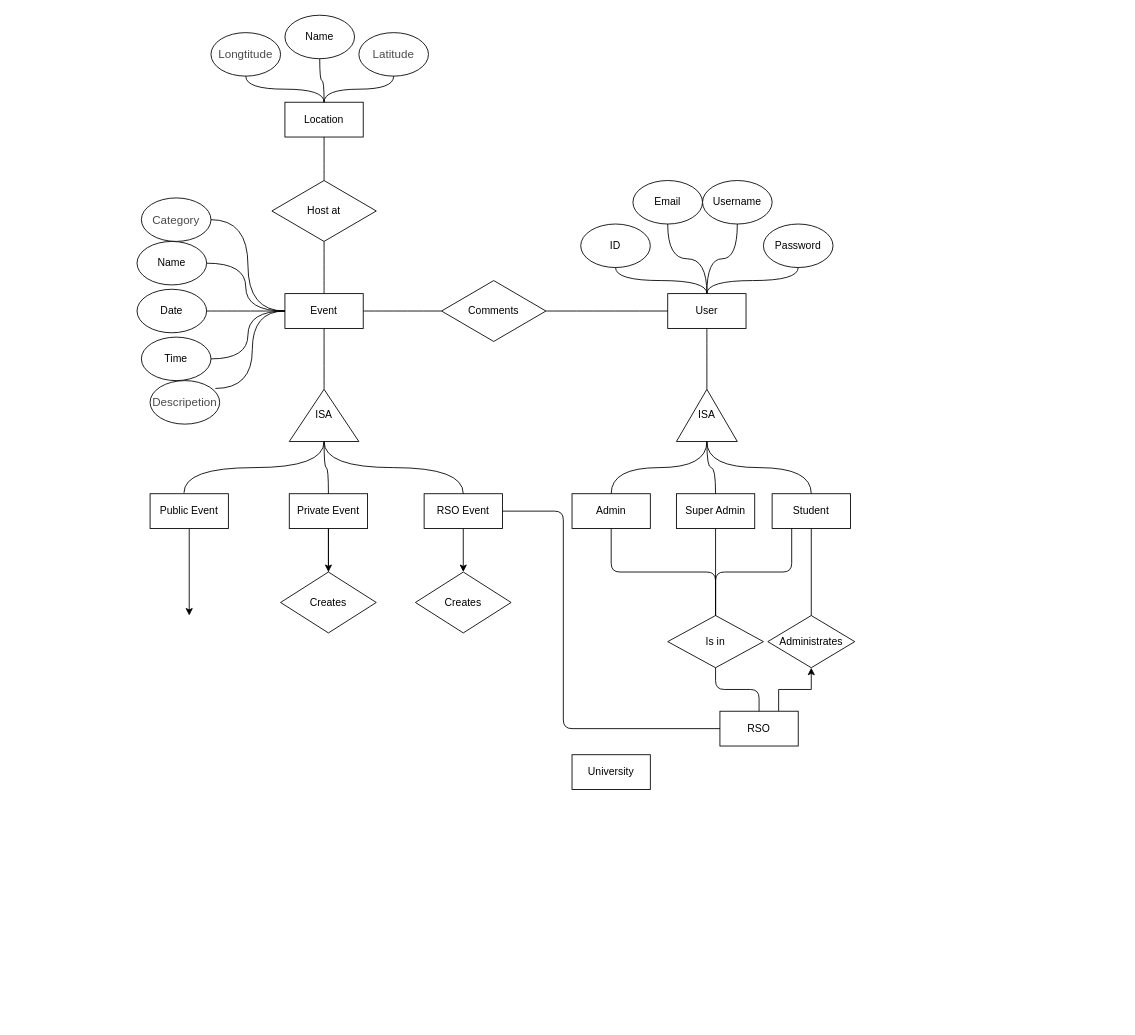
Earlier version of the draw.io diagram Untitled Diagram.drawio (yao1999/College-Event-Website). Source tidied: cells renumbered, new cells numbered last; positions are measured from the earlier drawing's top-left corner, leaving out a move shared by most shapes. Both pictures are drawn from the tidied source at 87%, with x=0, y=0 at pixel (137, 15).
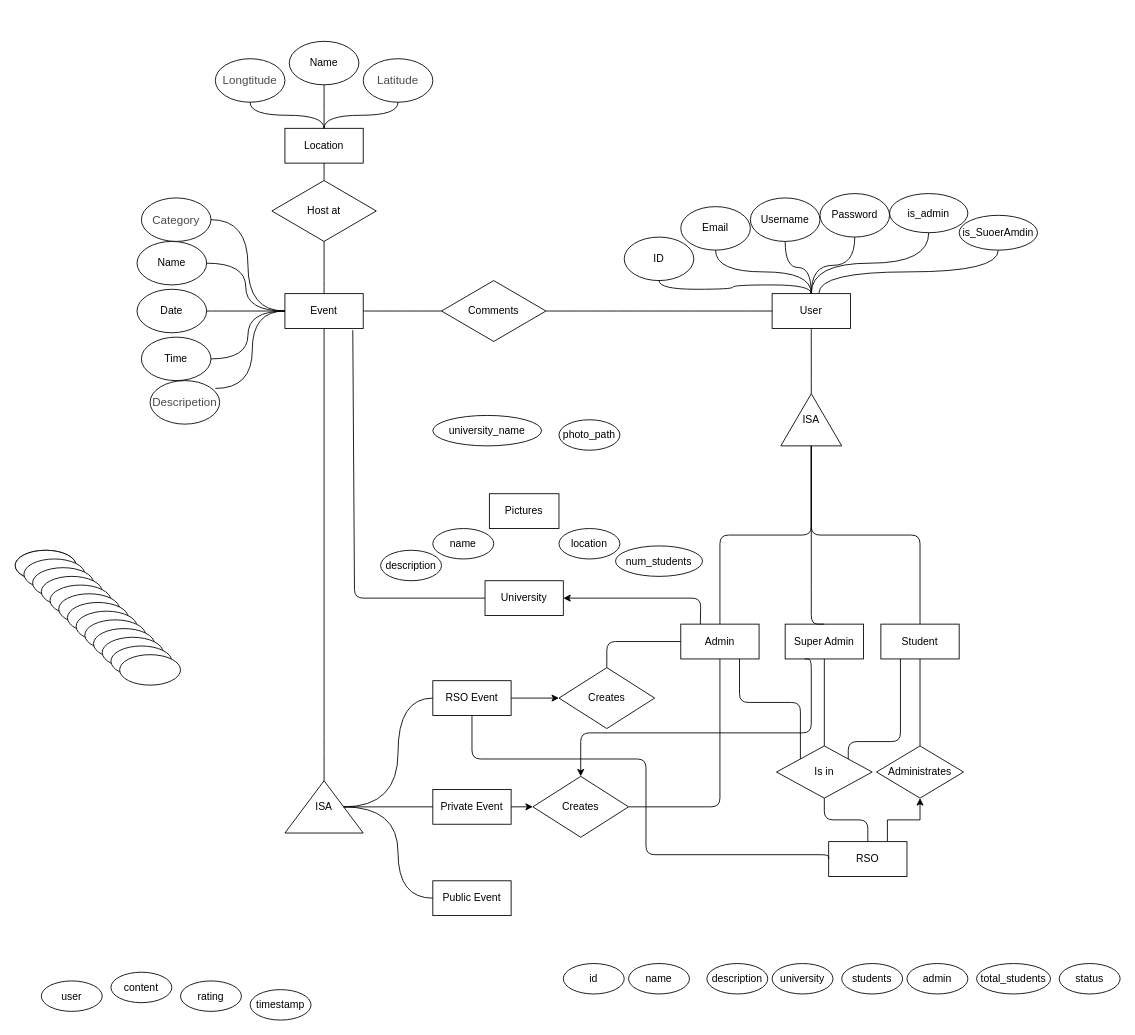
The same diagram, later.

What changed in the source:
```diff
@@
     <mxCell id="2" value="Location" style="rounded=0;whiteSpace=wrap;html=1;" parent="1" vertex="1">
-      <mxGeometry x="170" y="100" width="90" height="40" as="geometry" />
+      <mxGeometry x="170" y="130" width="90" height="40" as="geometry" />
     </mxCell>
@@
-    <mxCell id="4" style="edgeStyle=orthogonalEdgeStyle;rounded=0;jettySize=auto;html=1;fillColor=#001933;" parent="1" edge="1" source="5">
-      <mxGeometry relative="1" as="geometry">
-        <mxPoint x="60" y="690" as="targetPoint" />
-      </mxGeometry>
-    </mxCell>
     <mxCell id="5" value="Public Event" style="rounded=0;whiteSpace=wrap;html=1;" parent="1" vertex="1">
-      <mxGeometry x="15" y="550" width="90" height="40" as="geometry" />
+      <mxGeometry x="340" y="994.9" width="90" height="40" as="geometry" />
     </mxCell>
@@
     <mxCell id="7" value="RSO Event" style="rounded=0;whiteSpace=wrap;html=1;" parent="1" vertex="1">
-      <mxGeometry x="330" y="550" width="90" height="40" as="geometry" />
+      <mxGeometry x="340" y="764.9" width="90" height="40" as="geometry" />
     </mxCell>
     <mxCell id="8" value="Admin" style="rounded=0;whiteSpace=wrap;html=1;" parent="1" vertex="1">
-      <mxGeometry x="500" y="550" width="90" height="40" as="geometry" />
+      <mxGeometry x="625" y="699.9" width="90" height="40" as="geometry" />
     </mxCell>
-    <mxCell id="9" style="edgeStyle=orthogonalEdgeStyle;curved=1;rounded=0;jettySize=auto;html=1;entryX=0.5;entryY=0;entryDx=0;entryDy=0;" parent="1" edge="1" source="10" target="21">
-      <mxGeometry relative="1" as="geometry" />
-    </mxCell>
     <mxCell id="10" value="Private Event" style="rounded=0;whiteSpace=wrap;html=1;" parent="1" vertex="1">
-      <mxGeometry x="175" y="550" width="90" height="40" as="geometry" />
+      <mxGeometry x="340" y="889.9" width="90" height="40" as="geometry" />
     </mxCell>
     <mxCell id="11" value="User" style="rounded=0;whiteSpace=wrap;html=1;" parent="1" vertex="1">
-      <mxGeometry x="610" y="320" width="90" height="40" as="geometry" />
+      <mxGeometry x="730" y="320" width="90" height="40" as="geometry" />
     </mxCell>
     <mxCell id="12" value="Super Admin" style="rounded=0;whiteSpace=wrap;html=1;" parent="1" vertex="1">
-      <mxGeometry x="620" y="550" width="90" height="40" as="geometry" />
+      <mxGeometry x="745" y="699.9" width="90" height="40" as="geometry" />
     </mxCell>
     <mxCell id="13" value="Student" style="rounded=0;whiteSpace=wrap;html=1;" parent="1" vertex="1">
-      <mxGeometry x="730" y="550" width="90" height="40" as="geometry" />
+      <mxGeometry x="855" y="699.9" width="90" height="40" as="geometry" />
     </mxCell>
@@
     <mxCell id="15" value="RSO" style="rounded=0;whiteSpace=wrap;html=1;" parent="1" vertex="1">
-      <mxGeometry x="670" y="800" width="90" height="40" as="geometry" />
+      <mxGeometry x="795" y="949.9" width="90" height="40" as="geometry" />
     </mxCell>
     <mxCell id="16" value="University" style="rounded=0;whiteSpace=wrap;html=1;" parent="1" vertex="1">
-      <mxGeometry x="500" y="850" width="90" height="40" as="geometry" />
+      <mxGeometry x="400" y="650" width="90" height="40" as="geometry" />
     </mxCell>
     <mxCell id="17" value="ISA" style="triangle;whiteSpace=wrap;html=1;direction=north;" parent="1" vertex="1">
-      <mxGeometry x="175" y="430" width="80" height="60" as="geometry" />
+      <mxGeometry x="170" y="879.9" width="90" height="60.1" as="geometry" />
     </mxCell>
     <mxCell id="18" value="ISA" style="triangle;whiteSpace=wrap;html=1;direction=north;" parent="1" vertex="1">
-      <mxGeometry x="620" y="430" width="70" height="60" as="geometry" />
+      <mxGeometry x="740" y="435" width="70" height="60" as="geometry" />
     </mxCell>
@@
     <mxCell id="21" value="Creates" style="rhombus;whiteSpace=wrap;html=1;" parent="1" vertex="1">
-      <mxGeometry x="165" y="640" width="110" height="70" as="geometry" />
+      <mxGeometry x="455" y="874.9" width="110" height="70" as="geometry" />
     </mxCell>
     <mxCell id="22" value="Creates" style="rhombus;whiteSpace=wrap;html=1;" parent="1" vertex="1">
-      <mxGeometry x="320" y="640" width="110" height="70" as="geometry" />
+      <mxGeometry x="485" y="749.9" width="110" height="70" as="geometry" />
     </mxCell>
     <mxCell id="23" value="Is in" style="rhombus;whiteSpace=wrap;html=1;" parent="1" vertex="1">
-      <mxGeometry x="610" y="690" width="110" height="60" as="geometry" />
+      <mxGeometry x="735" y="839.9" width="110" height="60" as="geometry" />
     </mxCell>
     <mxCell id="24" value="Administrates" style="rhombus;whiteSpace=wrap;html=1;" parent="1" vertex="1">
-      <mxGeometry x="725" y="690" width="100" height="60" as="geometry" />
+      <mxGeometry x="850" y="839.9" width="100" height="60" as="geometry" />
     </mxCell>
@@
     <mxCell id="26" value="&lt;span style=&quot;font-family: &amp;#34;noto_regular&amp;#34; ; color: rgb(75 , 75 , 75) ; font-size: 10pt&quot;&gt;Longtitude&lt;/span&gt;" style="ellipse;whiteSpace=wrap;html=1;" parent="1" vertex="1">
-      <mxGeometry x="85" y="20" width="80" height="50" as="geometry" />
+      <mxGeometry x="90" y="50" width="80" height="50" as="geometry" />
     </mxCell>
     <mxCell id="27" value="&lt;span style=&quot;font-family: &amp;#34;noto_regular&amp;#34; ; color: rgb(75 , 75 , 75) ; font-size: 10pt&quot;&gt;Latitude&lt;/span&gt;" style="ellipse;whiteSpace=wrap;html=1;" parent="1" vertex="1">
-      <mxGeometry x="255" y="20" width="80" height="50" as="geometry" />
+      <mxGeometry x="260" y="50" width="80" height="50" as="geometry" />
     </mxCell>
@@
     <mxCell id="31" value="Email" style="ellipse;whiteSpace=wrap;html=1;" parent="1" vertex="1">
-      <mxGeometry x="570" y="190" width="80" height="50" as="geometry" />
+      <mxGeometry x="625" y="220" width="80" height="50" as="geometry" />
     </mxCell>
@@
     <mxCell id="33" value="Username" style="ellipse;whiteSpace=wrap;html=1;" parent="1" vertex="1">
-      <mxGeometry x="650" y="190" width="80" height="50" as="geometry" />
+      <mxGeometry x="705" y="210" width="80" height="50" as="geometry" />
     </mxCell>
     <mxCell id="34" value="ID" style="ellipse;whiteSpace=wrap;html=1;" parent="1" vertex="1">
-      <mxGeometry x="510" y="240" width="80" height="50" as="geometry" />
+      <mxGeometry x="560" y="255" width="80" height="50" as="geometry" />
     </mxCell>
     <mxCell id="35" value="Name" style="ellipse;whiteSpace=wrap;html=1;" parent="1" vertex="1">
-      <mxGeometry x="170" width="80" height="50" as="geometry" />
+      <mxGeometry x="175" y="30" width="80" height="50" as="geometry" />
     </mxCell>
     <mxCell id="36" value="Password" style="ellipse;whiteSpace=wrap;html=1;" parent="1" vertex="1">
-      <mxGeometry x="720" y="240" width="80" height="50" as="geometry" />
+      <mxGeometry x="785" y="205" width="80" height="50" as="geometry" />
     </mxCell>
@@
-    <mxCell id="56" style="endArrow=none;html=1;exitX=0.5;exitY=0;exitDx=0;exitDy=0;entryX=0;entryY=0.5;entryDx=0;entryDy=0;edgeStyle=orthogonalEdgeStyle;curved=1;" parent="1" edge="1" source="12" target="18">
-      <mxGeometry relative="1" as="geometry" />
+    <mxCell id="56" style="endArrow=none;html=1;exitX=0.5;exitY=0;exitDx=0;exitDy=0;entryX=0;entryY=0.5;entryDx=0;entryDy=0;edgeStyle=orthogonalEdgeStyle;" parent="1" edge="1" source="12" target="18">
+      <mxGeometry relative="1" as="geometry">
+        <Array as="points">
+          <mxPoint x="775" y="650" />
+          <mxPoint x="775" y="650" />
+        </Array>
+      </mxGeometry>
     </mxCell>
-    <mxCell id="57" style="endArrow=none;html=1;exitX=0.5;exitY=0;exitDx=0;exitDy=0;entryX=0;entryY=0.5;entryDx=0;entryDy=0;edgeStyle=orthogonalEdgeStyle;curved=1;" parent="1" edge="1" source="8" target="18">
+    <mxCell id="57" style="endArrow=none;html=1;exitX=0.5;exitY=0;exitDx=0;exitDy=0;entryX=0;entryY=0.5;entryDx=0;entryDy=0;edgeStyle=orthogonalEdgeStyle;" parent="1" edge="1" source="8" target="18">
       <mxGeometry relative="1" as="geometry" />
     </mxCell>
-    <mxCell id="58" style="endArrow=none;html=1;exitX=0.5;exitY=0;exitDx=0;exitDy=0;entryX=0;entryY=0.5;entryDx=0;entryDy=0;edgeStyle=orthogonalEdgeStyle;curved=1;" parent="1" edge="1" source="13" target="18">
+    <mxCell id="58" style="endArrow=none;html=1;exitX=0.5;exitY=0;exitDx=0;exitDy=0;entryX=0;entryY=0.5;entryDx=0;entryDy=0;edgeStyle=orthogonalEdgeStyle;" parent="1" edge="1" source="13" target="18">
       <mxGeometry relative="1" as="geometry" />
     </mxCell>
-    <mxCell id="59" style="endArrow=none;html=1;exitX=0.5;exitY=0;exitDx=0;exitDy=0;entryX=0.25;entryY=1;entryDx=0;entryDy=0;edgeStyle=orthogonalEdgeStyle;" parent="1" edge="1" source="23" target="13">
-      <mxGeometry relative="1" as="geometry" />
+    <mxCell id="59" style="endArrow=none;html=1;exitX=1;exitY=0;exitDx=0;exitDy=0;entryX=0.25;entryY=1;entryDx=0;entryDy=0;edgeStyle=orthogonalEdgeStyle;" parent="1" edge="1" source="23" target="13">
+      <mxGeometry relative="1" as="geometry">
+        <Array as="points">
+          <mxPoint x="818" y="834.9" />
+          <mxPoint x="878" y="834.9" />
+        </Array>
+      </mxGeometry>
     </mxCell>
@@
-    <mxCell id="62" style="endArrow=none;html=1;exitX=0.5;exitY=0;exitDx=0;exitDy=0;entryX=0;entryY=0.5;entryDx=0;entryDy=0;edgeStyle=orthogonalEdgeStyle;curved=1;" parent="1" edge="1" source="10" target="17">
-      <mxGeometry relative="1" as="geometry" />
-    </mxCell>
-    <mxCell id="63" style="endArrow=none;html=1;exitX=0.433;exitY=-0.025;exitDx=0;exitDy=0;entryX=0;entryY=0.5;entryDx=0;entryDy=0;edgeStyle=orthogonalEdgeStyle;curved=1;exitPerimeter=0;" parent="1" edge="1" source="5" target="17">
-      <mxGeometry relative="1" as="geometry" />
-    </mxCell>
-    <mxCell id="64" style="endArrow=none;html=1;exitX=0.5;exitY=0;exitDx=0;exitDy=0;entryX=0;entryY=0.5;entryDx=0;entryDy=0;edgeStyle=orthogonalEdgeStyle;curved=1;" parent="1" edge="1" source="7" target="17">
-      <mxGeometry relative="1" as="geometry" />
-    </mxCell>
-    <mxCell id="65" style="endArrow=none;html=1;exitX=0.5;exitY=0;exitDx=0;exitDy=0;entryX=0.5;entryY=1;entryDx=0;entryDy=0;edgeStyle=orthogonalEdgeStyle;curved=1;" parent="1" edge="1" source="21" target="10">
-      <mxGeometry relative="1" as="geometry" />
-    </mxCell>
@@
-    <mxCell id="67" style="endArrow=none;html=1;exitX=0;exitY=0.5;exitDx=0;exitDy=0;entryX=1;entryY=0.5;entryDx=0;entryDy=0;edgeStyle=orthogonalEdgeStyle;" parent="1" edge="1" source="15" target="7">
+    <mxCell id="67" style="endArrow=none;html=1;exitX=0;exitY=0.5;exitDx=0;exitDy=0;entryX=0.5;entryY=1;entryDx=0;entryDy=0;edgeStyle=orthogonalEdgeStyle;" parent="1" edge="1" source="15" target="7">
       <mxGeometry relative="1" as="geometry">
         <Array as="points">
-          <mxPoint x="490" y="820" />
-          <mxPoint x="490" y="570" />
+          <mxPoint x="795" y="964.9" />
+          <mxPoint x="585" y="964.9" />
+          <mxPoint x="585" y="854.9" />
+          <mxPoint x="385" y="854.9" />
         </Array>
       </mxGeometry>
     </mxCell>
-    <mxCell id="68" style="endArrow=none;html=1;exitX=0.5;exitY=0;exitDx=0;exitDy=0;entryX=0.5;entryY=1;entryDx=0;entryDy=0;edgeStyle=orthogonalEdgeStyle;" parent="1" edge="1" source="23" target="8">
-      <mxGeometry relative="1" as="geometry" />
-    </mxCell>
+    <mxCell id="69" style="endArrow=classic;html=1;entryX=1;entryY=0.5;entryDx=0;entryDy=0;exitX=0.25;exitY=0;exitDx=0;exitDy=0;" parent="1" edge="1" source="8" target="16">
+      <mxGeometry relative="1" as="geometry">
+        <Array as="points">
+          <mxPoint x="648" y="670" />
+        </Array>
+      </mxGeometry>
+    </mxCell>
+    <mxCell id="70" style="endArrow=none;html=1;exitX=0.75;exitY=1;exitDx=0;exitDy=0;entryX=0;entryY=0;entryDx=0;entryDy=0;edgeStyle=orthogonalEdgeStyle;" parent="1" edge="1" source="8" target="23">
+      <mxGeometry relative="1" as="geometry" />
+    </mxCell>
+    <mxCell id="9" style="endArrow=classic;html=1;exitX=1;exitY=0.5;exitDx=0;exitDy=0;entryX=0;entryY=0.5;entryDx=0;entryDy=0;" parent="1" edge="1" source="10" target="21">
+      <mxGeometry relative="1" as="geometry" />
+    </mxCell>
+    <mxCell id="71" style="endArrow=none;html=1;exitX=0.5;exitY=1;exitDx=0;exitDy=0;entryX=0;entryY=0.5;entryDx=0;entryDy=0;edgeStyle=orthogonalEdgeStyle;curved=1;" parent="1" edge="1" source="17" target="7">
+      <mxGeometry relative="1" as="geometry" />
+    </mxCell>
+    <mxCell id="72" style="endArrow=none;html=1;exitX=0.5;exitY=1;exitDx=0;exitDy=0;entryX=0;entryY=0.5;entryDx=0;entryDy=0;" parent="1" edge="1" source="17" target="10">
+      <mxGeometry relative="1" as="geometry" />
+    </mxCell>
+    <mxCell id="73" style="endArrow=none;html=1;exitX=0.5;exitY=1;exitDx=0;exitDy=0;entryX=0;entryY=0.5;entryDx=0;entryDy=0;edgeStyle=orthogonalEdgeStyle;curved=1;" parent="1" edge="1" source="17" target="5">
+      <mxGeometry relative="1" as="geometry" />
+    </mxCell>
+    <mxCell id="74" style="endArrow=none;html=1;exitX=0.5;exitY=0;exitDx=0;exitDy=0;entryX=0;entryY=0.5;entryDx=0;entryDy=0;edgeStyle=orthogonalEdgeStyle;" parent="1" edge="1" source="22" target="8">
+      <mxGeometry relative="1" as="geometry">
+        <Array as="points">
+          <mxPoint x="540" y="720" />
+        </Array>
+      </mxGeometry>
+    </mxCell>
+    <mxCell id="75" style="endArrow=none;html=1;exitX=1;exitY=0.5;exitDx=0;exitDy=0;entryX=0.5;entryY=1;entryDx=0;entryDy=0;" parent="1" edge="1" source="21" target="8">
+      <mxGeometry relative="1" as="geometry">
+        <Array as="points">
+          <mxPoint x="670" y="909.9" />
+        </Array>
+      </mxGeometry>
+    </mxCell>
+    <mxCell id="76" style="endArrow=classic;html=1;exitX=0.25;exitY=1;exitDx=0;exitDy=0;entryX=0.5;entryY=0;entryDx=0;entryDy=0;edgeStyle=orthogonalEdgeStyle;" parent="1" edge="1" source="12" target="21">
+      <mxGeometry relative="1" as="geometry">
+        <Array as="points">
+          <mxPoint x="775" y="739.9" />
+          <mxPoint x="775" y="824.9" />
+          <mxPoint x="510" y="824.9" />
+        </Array>
+      </mxGeometry>
+    </mxCell>
+    <mxCell id="77" style="endArrow=none;html=1;entryX=0;entryY=0.5;entryDx=0;entryDy=0;" parent="1" edge="1" target="16">
+      <mxGeometry relative="1" as="geometry">
+        <mxPoint x="248" y="362" as="sourcePoint" />
+        <Array as="points">
+          <mxPoint x="250" y="670" />
+        </Array>
+      </mxGeometry>
+    </mxCell>
+    <mxCell id="78" value="is_admin" style="ellipse;whiteSpace=wrap;html=1;" parent="1" vertex="1">
+      <mxGeometry x="865" y="205" width="90" height="45" as="geometry" />
+    </mxCell>
+    <mxCell id="79" value="is_SuoerAmdin" style="ellipse;whiteSpace=wrap;html=1;" parent="1" vertex="1">
+      <mxGeometry x="945" y="230" width="90" height="40" as="geometry" />
+    </mxCell>
+    <mxCell id="80" style="endArrow=none;html=1;exitX=0.5;exitY=0;exitDx=0;exitDy=0;entryX=0.5;entryY=1;entryDx=0;entryDy=0;edgeStyle=orthogonalEdgeStyle;curved=1;" parent="1" edge="1" source="11" target="78">
+      <mxGeometry relative="1" as="geometry" />
+    </mxCell>
+    <mxCell id="81" style="endArrow=none;html=1;entryX=0.5;entryY=1;entryDx=0;entryDy=0;exitX=0.598;exitY=-0.012;exitDx=0;exitDy=0;exitPerimeter=0;edgeStyle=orthogonalEdgeStyle;curved=1;" parent="1" edge="1" source="11" target="79">
+      <mxGeometry relative="1" as="geometry" />
+    </mxCell>
+    <mxCell id="82" style="ellipse;whiteSpace=wrap;html=1;" parent="1" vertex="1">
+      <mxGeometry x="-140" y="615" width="70" height="35" as="geometry" />
+    </mxCell>
+    <mxCell id="83" value="location" style="ellipse;whiteSpace=wrap;html=1;" parent="1" vertex="1">
+      <mxGeometry x="485" y="590" width="70" height="35" as="geometry" />
+    </mxCell>
+    <mxCell id="84" value="status" style="ellipse;whiteSpace=wrap;html=1;" parent="1" vertex="1">
+      <mxGeometry x="1060" y="1090" width="70" height="35" as="geometry" />
+    </mxCell>
+    <mxCell id="85" value="photo_path" style="ellipse;whiteSpace=wrap;html=1;" parent="1" vertex="1">
+      <mxGeometry x="485" y="465" width="70" height="35" as="geometry" />
+    </mxCell>
+    <mxCell id="86" value="university_name" style="ellipse;whiteSpace=wrap;html=1;" parent="1" vertex="1">
+      <mxGeometry x="340" y="460" width="125" height="35" as="geometry" />
+    </mxCell>
+    <mxCell id="87" value="num_students" style="ellipse;whiteSpace=wrap;html=1;" parent="1" vertex="1">
+      <mxGeometry x="550" y="610" width="100" height="35" as="geometry" />
+    </mxCell>
+    <mxCell id="88" value="total_students" style="ellipse;whiteSpace=wrap;html=1;" parent="1" vertex="1">
+      <mxGeometry x="965" y="1090" width="85" height="35" as="geometry" />
+    </mxCell>
+    <mxCell id="89" value="admin" style="ellipse;whiteSpace=wrap;html=1;" parent="1" vertex="1">
+      <mxGeometry x="885" y="1090" width="70" height="35" as="geometry" />
+    </mxCell>
+    <mxCell id="90" value="students" style="ellipse;whiteSpace=wrap;html=1;" parent="1" vertex="1">
+      <mxGeometry x="810" y="1090" width="70" height="35" as="geometry" />
+    </mxCell>
+    <mxCell id="91" value="university" style="ellipse;whiteSpace=wrap;html=1;" parent="1" vertex="1">
+      <mxGeometry x="730" y="1090" width="70" height="35" as="geometry" />
+    </mxCell>
+    <mxCell id="92" value="description" style="ellipse;whiteSpace=wrap;html=1;" parent="1" vertex="1">
+      <mxGeometry x="655" y="1090" width="70" height="35" as="geometry" />
+    </mxCell>
+    <mxCell id="93" value="name" style="ellipse;whiteSpace=wrap;html=1;" parent="1" vertex="1">
+      <mxGeometry x="565" y="1090" width="70" height="35" as="geometry" />
+    </mxCell>
+    <mxCell id="94" value="id" style="ellipse;whiteSpace=wrap;html=1;" parent="1" vertex="1">
+      <mxGeometry x="490" y="1090" width="70" height="35" as="geometry" />
+    </mxCell>
+    <mxCell id="95" value="name" style="ellipse;whiteSpace=wrap;html=1;" parent="1" vertex="1">
+      <mxGeometry x="340" y="590" width="70" height="35" as="geometry" />
+    </mxCell>
+    <mxCell id="96" value="description" style="ellipse;whiteSpace=wrap;html=1;" parent="1" vertex="1">
+      <mxGeometry x="280" y="615" width="70" height="35" as="geometry" />
+    </mxCell>
+    <mxCell id="97" style="ellipse;whiteSpace=wrap;html=1;" parent="1" vertex="1">
+      <mxGeometry x="-140" y="615" width="70" height="35" as="geometry" />
+    </mxCell>
+    <mxCell id="98" style="ellipse;whiteSpace=wrap;html=1;" parent="1" vertex="1">
+      <mxGeometry x="-130" y="625" width="70" height="35" as="geometry" />
+    </mxCell>
+    <mxCell id="99" style="ellipse;whiteSpace=wrap;html=1;" parent="1" vertex="1">
+      <mxGeometry x="-120" y="635" width="70" height="35" as="geometry" />
+    </mxCell>
+    <mxCell id="100" style="ellipse;whiteSpace=wrap;html=1;" parent="1" vertex="1">
+      <mxGeometry x="-110" y="645" width="70" height="35" as="geometry" />
+    </mxCell>
+    <mxCell id="101" style="ellipse;whiteSpace=wrap;html=1;" parent="1" vertex="1">
+      <mxGeometry x="-100" y="655" width="70" height="35" as="geometry" />
+    </mxCell>
+    <mxCell id="102" style="ellipse;whiteSpace=wrap;html=1;" parent="1" vertex="1">
+      <mxGeometry x="-90" y="665" width="70" height="35" as="geometry" />
+    </mxCell>
+    <mxCell id="103" style="ellipse;whiteSpace=wrap;html=1;" parent="1" vertex="1">
+      <mxGeometry x="-80" y="675" width="70" height="35" as="geometry" />
+    </mxCell>
+    <mxCell id="104" style="ellipse;whiteSpace=wrap;html=1;" parent="1" vertex="1">
+      <mxGeometry x="-70" y="685" width="70" height="35" as="geometry" />
+    </mxCell>
+    <mxCell id="105" style="ellipse;whiteSpace=wrap;html=1;" parent="1" vertex="1">
+      <mxGeometry x="-60" y="695" width="70" height="35" as="geometry" />
+    </mxCell>
+    <mxCell id="106" style="ellipse;whiteSpace=wrap;html=1;" parent="1" vertex="1">
+      <mxGeometry x="-50" y="705" width="70" height="35" as="geometry" />
+    </mxCell>
+    <mxCell id="107" style="ellipse;whiteSpace=wrap;html=1;" parent="1" vertex="1">
+      <mxGeometry x="-40" y="715" width="70" height="35" as="geometry" />
+    </mxCell>
+    <mxCell id="108" style="ellipse;whiteSpace=wrap;html=1;" parent="1" vertex="1">
+      <mxGeometry x="-30" y="725" width="70" height="35" as="geometry" />
+    </mxCell>
+    <mxCell id="109" style="ellipse;whiteSpace=wrap;html=1;" parent="1" vertex="1">
+      <mxGeometry x="-20" y="735" width="70" height="35" as="geometry" />
+    </mxCell>
+    <mxCell id="110" value="timestamp" style="ellipse;whiteSpace=wrap;html=1;" parent="1" vertex="1">
+      <mxGeometry x="130" y="1120" width="70" height="35" as="geometry" />
+    </mxCell>
+    <mxCell id="111" value="rating" style="ellipse;whiteSpace=wrap;html=1;" parent="1" vertex="1">
+      <mxGeometry x="50" y="1110" width="70" height="35" as="geometry" />
+    </mxCell>
+    <mxCell id="112" value="content" style="ellipse;whiteSpace=wrap;html=1;" parent="1" vertex="1">
+      <mxGeometry x="-30" y="1100" width="70" height="35" as="geometry" />
+    </mxCell>
+    <mxCell id="113" value="user" style="ellipse;whiteSpace=wrap;html=1;" parent="1" vertex="1">
+      <mxGeometry x="-110" y="1110" width="70" height="35" as="geometry" />
+    </mxCell>
+    <mxCell id="114" value="Pictures" style="rounded=0;whiteSpace=wrap;html=1;" parent="1" vertex="1">
+      <mxGeometry x="405" y="550" width="80" height="40" as="geometry" />
+    </mxCell>
```
